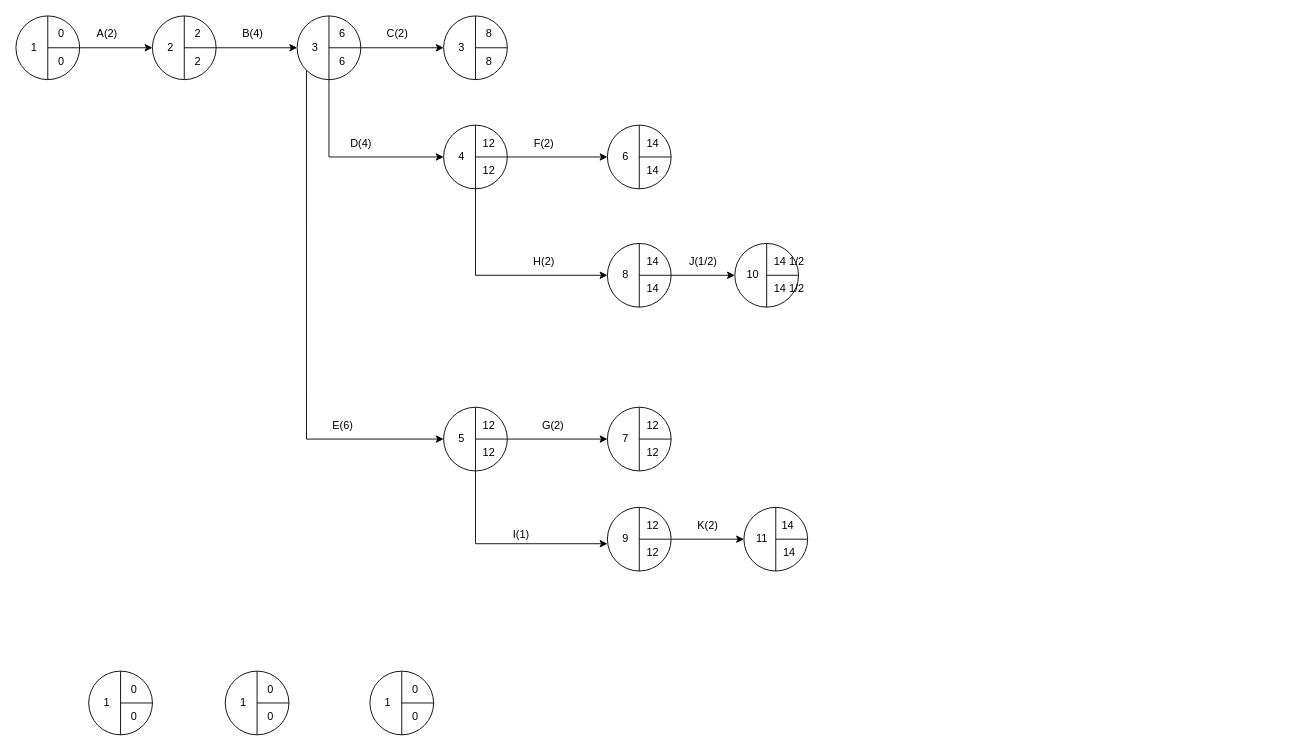
The draw.io diagram IngenieriaSoftware/Practica2/ej8.drawio in Luchit0-afk/Diagramas, before the edit. Source tidied: cells renumbered, new cells numbered last; positions are measured from the earlier drawing's top-left corner, leaving out a move shared by most shapes. Both pictures are drawn from the tidied source at 91%, with x=0, y=0 at pixel (15, 15).
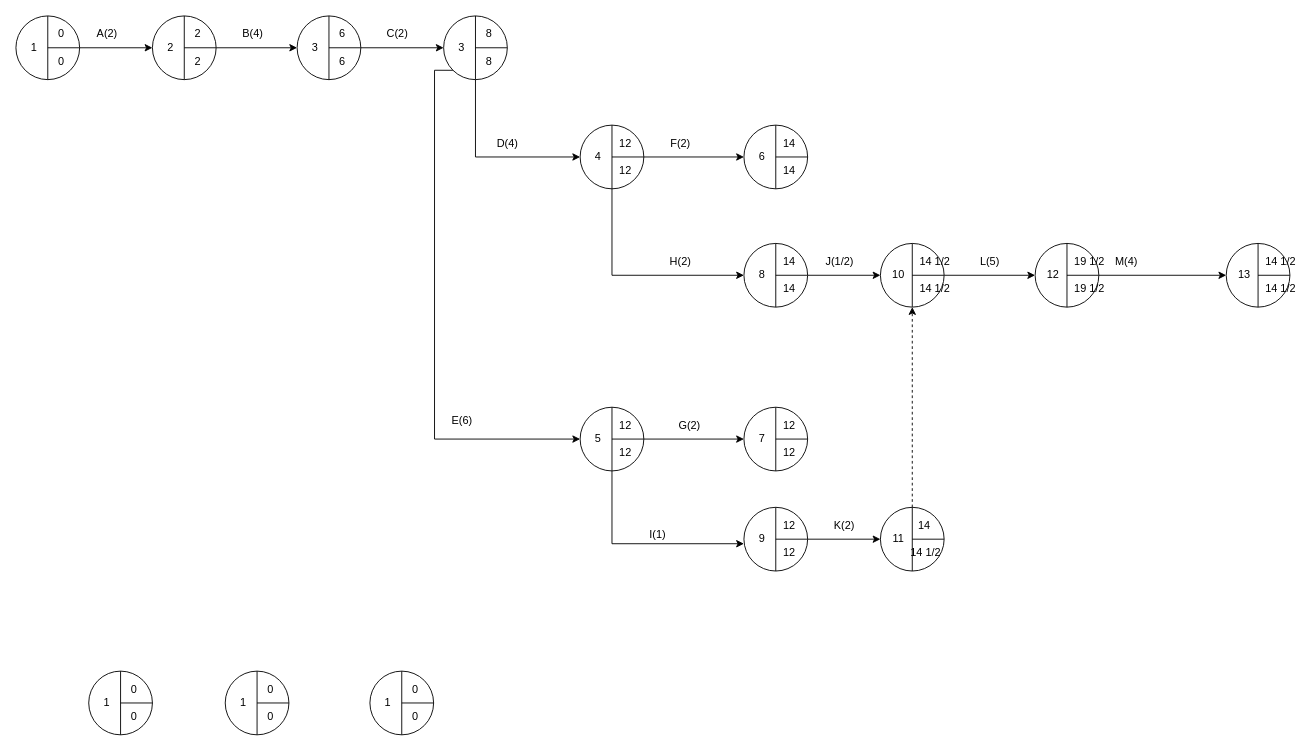
The same diagram, later.

Unchanged cells that the change refers to:
```xml
<mxCell id="19" style="ellipse;whiteSpace=wrap;html=1;" parent="1" vertex="1">
  <mxGeometry x="309" width="70" height="70" as="geometry" />
</mxCell>
<mxCell id="45" style="ellipse;whiteSpace=wrap;html=1;" parent="1" vertex="1">
  <mxGeometry x="470" width="70" height="70" as="geometry" />
</mxCell>
```

What changed in the source:
```diff
@@
-    <mxCell id="17" style="edgeStyle=orthogonalEdgeStyle;rounded=0;jettySize=auto;html=1;exitX=0.5;exitY=1;exitDx=0;exitDy=0;entryX=0;entryY=0.5;entryDx=0;entryDy=0;" parent="1" edge="1" source="19" target="58">
+    <mxCell id="17" style="edgeStyle=orthogonalEdgeStyle;rounded=0;jettySize=auto;html=1;exitX=0.5;exitY=1;exitDx=0;exitDy=0;entryX=0;entryY=0.5;entryDx=0;entryDy=0;" parent="1" edge="1" source="45" target="58">
       <mxGeometry relative="1" as="geometry" />
     </mxCell>
-    <mxCell id="18" style="edgeStyle=orthogonalEdgeStyle;rounded=0;jettySize=auto;html=1;exitX=0;exitY=1;exitDx=0;exitDy=0;entryX=0;entryY=0.5;entryDx=0;entryDy=0;" parent="1" edge="1" source="19" target="61">
+    <mxCell id="18" style="edgeStyle=orthogonalEdgeStyle;rounded=0;jettySize=auto;html=1;exitX=0;exitY=1;exitDx=0;exitDy=0;entryX=0;entryY=0.5;entryDx=0;entryDy=0;" parent="1" edge="1" source="45" target="61">
       <mxGeometry relative="1" as="geometry">
         <Array as="points">
-          <mxPoint x="319" y="465" />
+          <mxPoint x="460" y="60" />
+          <mxPoint x="460" y="465" />
         </Array>
       </mxGeometry>
     </mxCell>
@@
     <mxCell id="53" style="ellipse;whiteSpace=wrap;html=1;" parent="1" vertex="1">
-      <mxGeometry x="470" y="120" width="70" height="70" as="geometry" />
+      <mxGeometry x="620" y="120" width="70" height="70" as="geometry" />
     </mxCell>
@@
     <mxCell id="55" style="endArrow=none;html=1;exitX=1;exitY=0.5;exitDx=0;exitDy=0;" parent="1" edge="1" source="53">
       <mxGeometry relative="1" as="geometry">
-        <mxPoint x="505" y="155" as="targetPoint" />
+        <mxPoint x="655" y="155" as="targetPoint" />
       </mxGeometry>
     </mxCell>
     <mxCell id="56" value="12" style="text;html=1;strokeColor=none;fillColor=none;align=center;verticalAlign=middle;whiteSpace=wrap;rounded=0;" parent="1" vertex="1">
-      <mxGeometry x="500" y="130" width="40" height="20" as="geometry" />
+      <mxGeometry x="650" y="130" width="40" height="20" as="geometry" />
     </mxCell>
     <mxCell id="57" value="12" style="text;html=1;strokeColor=none;fillColor=none;align=center;verticalAlign=middle;whiteSpace=wrap;rounded=0;" parent="1" vertex="1">
-      <mxGeometry x="500" y="160" width="40" height="20" as="geometry" />
+      <mxGeometry x="650" y="160" width="40" height="20" as="geometry" />
     </mxCell>
     <mxCell id="58" value="4" style="text;html=1;strokeColor=none;fillColor=none;align=center;verticalAlign=middle;whiteSpace=wrap;rounded=0;" parent="1" vertex="1">
-      <mxGeometry x="470" y="145" width="40" height="20" as="geometry" />
+      <mxGeometry x="620" y="145" width="40" height="20" as="geometry" />
     </mxCell>
@@
     <mxCell id="61" style="ellipse;whiteSpace=wrap;html=1;" parent="1" vertex="1">
-      <mxGeometry x="470" y="430" width="70" height="70" as="geometry" />
+      <mxGeometry x="620" y="430" width="70" height="70" as="geometry" />
     </mxCell>
@@
     <mxCell id="63" style="endArrow=none;html=1;exitX=1;exitY=0.5;exitDx=0;exitDy=0;" parent="1" edge="1" source="61">
       <mxGeometry relative="1" as="geometry">
-        <mxPoint x="505" y="465" as="targetPoint" />
+        <mxPoint x="655" y="465" as="targetPoint" />
       </mxGeometry>
     </mxCell>
     <mxCell id="64" value="12" style="text;html=1;strokeColor=none;fillColor=none;align=center;verticalAlign=middle;whiteSpace=wrap;rounded=0;" parent="1" vertex="1">
-      <mxGeometry x="500" y="440" width="40" height="20" as="geometry" />
+      <mxGeometry x="650" y="440" width="40" height="20" as="geometry" />
     </mxCell>
     <mxCell id="65" value="12" style="text;html=1;strokeColor=none;fillColor=none;align=center;verticalAlign=middle;whiteSpace=wrap;rounded=0;" parent="1" vertex="1">
-      <mxGeometry x="500" y="470" width="40" height="20" as="geometry" />
+      <mxGeometry x="650" y="470" width="40" height="20" as="geometry" />
     </mxCell>
     <mxCell id="66" value="5" style="text;html=1;strokeColor=none;fillColor=none;align=center;verticalAlign=middle;whiteSpace=wrap;rounded=0;" parent="1" vertex="1">
-      <mxGeometry x="470" y="455" width="40" height="20" as="geometry" />
+      <mxGeometry x="620" y="455" width="40" height="20" as="geometry" />
     </mxCell>
     <mxCell id="67" value="D(4)" style="text;html=1;align=center;verticalAlign=middle;strokeColor=none;fillColor=none;rotation=0;" parent="1" vertex="1">
-      <mxGeometry x="359" y="130" width="40" height="20" as="geometry" />
+      <mxGeometry x="520" y="130" width="40" height="20" as="geometry" />
     </mxCell>
     <mxCell id="68" value="E(6)" style="text;html=1;align=center;verticalAlign=middle;strokeColor=none;fillColor=none;" parent="1" vertex="1">
-      <mxGeometry x="339" y="440" width="40" height="20" as="geometry" />
+      <mxGeometry x="470" y="435" width="40" height="20" as="geometry" />
     </mxCell>
     <mxCell id="69" style="ellipse;whiteSpace=wrap;html=1;" parent="1" vertex="1">
-      <mxGeometry x="650" y="120" width="70" height="70" as="geometry" />
+      <mxGeometry x="800" y="120" width="70" height="70" as="geometry" />
     </mxCell>
@@
     <mxCell id="71" style="endArrow=none;html=1;exitX=1;exitY=0.5;exitDx=0;exitDy=0;" parent="1" edge="1" source="69">
       <mxGeometry relative="1" as="geometry">
-        <mxPoint x="685" y="155" as="targetPoint" />
+        <mxPoint x="835" y="155" as="targetPoint" />
       </mxGeometry>
     </mxCell>
     <mxCell id="72" value="14" style="text;html=1;strokeColor=none;fillColor=none;align=center;verticalAlign=middle;whiteSpace=wrap;rounded=0;" parent="1" vertex="1">
-      <mxGeometry x="680" y="130" width="40" height="20" as="geometry" />
+      <mxGeometry x="830" y="130" width="40" height="20" as="geometry" />
     </mxCell>
     <mxCell id="73" value="14" style="text;html=1;strokeColor=none;fillColor=none;align=center;verticalAlign=middle;whiteSpace=wrap;rounded=0;" parent="1" vertex="1">
-      <mxGeometry x="680" y="160" width="40" height="20" as="geometry" />
+      <mxGeometry x="830" y="160" width="40" height="20" as="geometry" />
     </mxCell>
     <mxCell id="74" value="6" style="text;html=1;strokeColor=none;fillColor=none;align=center;verticalAlign=middle;whiteSpace=wrap;rounded=0;" parent="1" vertex="1">
-      <mxGeometry x="650" y="145" width="40" height="20" as="geometry" />
+      <mxGeometry x="800" y="145" width="40" height="20" as="geometry" />
     </mxCell>
     <mxCell id="75" style="ellipse;whiteSpace=wrap;html=1;" parent="1" vertex="1">
-      <mxGeometry x="650" y="430" width="70" height="70" as="geometry" />
+      <mxGeometry x="800" y="430" width="70" height="70" as="geometry" />
     </mxCell>
@@
     <mxCell id="77" style="endArrow=none;html=1;exitX=1;exitY=0.5;exitDx=0;exitDy=0;" parent="1" edge="1" source="75">
       <mxGeometry relative="1" as="geometry">
-        <mxPoint x="685" y="465" as="targetPoint" />
+        <mxPoint x="835" y="465" as="targetPoint" />
       </mxGeometry>
     </mxCell>
     <mxCell id="78" value="12" style="text;html=1;strokeColor=none;fillColor=none;align=center;verticalAlign=middle;whiteSpace=wrap;rounded=0;" parent="1" vertex="1">
-      <mxGeometry x="680" y="440" width="40" height="20" as="geometry" />
+      <mxGeometry x="830" y="440" width="40" height="20" as="geometry" />
     </mxCell>
     <mxCell id="79" value="12" style="text;html=1;strokeColor=none;fillColor=none;align=center;verticalAlign=middle;whiteSpace=wrap;rounded=0;" parent="1" vertex="1">
-      <mxGeometry x="680" y="470" width="40" height="20" as="geometry" />
+      <mxGeometry x="830" y="470" width="40" height="20" as="geometry" />
     </mxCell>
     <mxCell id="80" value="7" style="text;html=1;strokeColor=none;fillColor=none;align=center;verticalAlign=middle;whiteSpace=wrap;rounded=0;" parent="1" vertex="1">
-      <mxGeometry x="650" y="455" width="40" height="20" as="geometry" />
+      <mxGeometry x="800" y="455" width="40" height="20" as="geometry" />
     </mxCell>
     <mxCell id="81" value="F(2)" style="text;html=1;align=center;verticalAlign=middle;strokeColor=none;fillColor=none;" parent="1" vertex="1">
-      <mxGeometry x="560" y="130" width="40" height="20" as="geometry" />
+      <mxGeometry x="710" y="130" width="40" height="20" as="geometry" />
     </mxCell>
     <mxCell id="82" value="G(2)" style="text;html=1;align=center;verticalAlign=middle;strokeColor=none;fillColor=none;" parent="1" vertex="1">
-      <mxGeometry x="570" y="440" width="40" height="20" as="geometry" />
+      <mxGeometry x="720" y="440" width="40" height="20" as="geometry" />
     </mxCell>
@@
     <mxCell id="85" style="ellipse;whiteSpace=wrap;html=1;" parent="1" vertex="1">
-      <mxGeometry x="650" y="250" width="70" height="70" as="geometry" />
+      <mxGeometry x="800" y="250" width="70" height="70" as="geometry" />
     </mxCell>
@@
     <mxCell id="87" style="endArrow=none;html=1;exitX=1;exitY=0.5;exitDx=0;exitDy=0;" parent="1" edge="1" source="85">
       <mxGeometry relative="1" as="geometry">
-        <mxPoint x="685" y="285" as="targetPoint" />
+        <mxPoint x="835" y="285" as="targetPoint" />
       </mxGeometry>
     </mxCell>
     <mxCell id="88" value="14" style="text;html=1;strokeColor=none;fillColor=none;align=center;verticalAlign=middle;whiteSpace=wrap;rounded=0;" parent="1" vertex="1">
-      <mxGeometry x="680" y="260" width="40" height="20" as="geometry" />
+      <mxGeometry x="830" y="260" width="40" height="20" as="geometry" />
     </mxCell>
     <mxCell id="89" value="14" style="text;html=1;strokeColor=none;fillColor=none;align=center;verticalAlign=middle;whiteSpace=wrap;rounded=0;" parent="1" vertex="1">
-      <mxGeometry x="680" y="290" width="40" height="20" as="geometry" />
+      <mxGeometry x="830" y="290" width="40" height="20" as="geometry" />
     </mxCell>
     <mxCell id="90" value="8" style="text;html=1;strokeColor=none;fillColor=none;align=center;verticalAlign=middle;whiteSpace=wrap;rounded=0;" parent="1" vertex="1">
-      <mxGeometry x="650" y="275" width="40" height="20" as="geometry" />
+      <mxGeometry x="800" y="275" width="40" height="20" as="geometry" />
     </mxCell>
     <mxCell id="91" value="H(2)" style="text;html=1;align=center;verticalAlign=middle;strokeColor=none;fillColor=none;" parent="1" vertex="1">
-      <mxGeometry x="560" y="260" width="40" height="20" as="geometry" />
+      <mxGeometry x="710" y="260" width="40" height="20" as="geometry" />
     </mxCell>
@@
     <mxCell id="93" style="ellipse;whiteSpace=wrap;html=1;" parent="1" vertex="1">
-      <mxGeometry x="650" y="540" width="70" height="70" as="geometry" />
+      <mxGeometry x="800" y="540" width="70" height="70" as="geometry" />
     </mxCell>
@@
     <mxCell id="95" style="endArrow=none;html=1;exitX=1;exitY=0.5;exitDx=0;exitDy=0;" parent="1" edge="1" source="93">
       <mxGeometry relative="1" as="geometry">
-        <mxPoint x="685" y="575" as="targetPoint" />
+        <mxPoint x="835" y="575" as="targetPoint" />
       </mxGeometry>
     </mxCell>
     <mxCell id="96" value="12" style="text;html=1;strokeColor=none;fillColor=none;align=center;verticalAlign=middle;whiteSpace=wrap;rounded=0;" parent="1" vertex="1">
-      <mxGeometry x="680" y="550" width="40" height="20" as="geometry" />
+      <mxGeometry x="830" y="550" width="40" height="20" as="geometry" />
     </mxCell>
     <mxCell id="97" value="12" style="text;html=1;strokeColor=none;fillColor=none;align=center;verticalAlign=middle;whiteSpace=wrap;rounded=0;" parent="1" vertex="1">
-      <mxGeometry x="680" y="580" width="40" height="20" as="geometry" />
+      <mxGeometry x="830" y="580" width="40" height="20" as="geometry" />
     </mxCell>
     <mxCell id="98" value="9" style="text;html=1;strokeColor=none;fillColor=none;align=center;verticalAlign=middle;whiteSpace=wrap;rounded=0;" parent="1" vertex="1">
-      <mxGeometry x="650" y="565" width="40" height="20" as="geometry" />
+      <mxGeometry x="800" y="565" width="40" height="20" as="geometry" />
     </mxCell>
     <mxCell id="99" value="I(1)" style="text;html=1;align=center;verticalAlign=middle;strokeColor=none;fillColor=none;" parent="1" vertex="1">
-      <mxGeometry x="540" y="560" width="30" height="20" as="geometry" />
+      <mxGeometry x="690" y="560" width="30" height="20" as="geometry" />
     </mxCell>
+    <mxCell id="114" style="edgeStyle=orthogonalEdgeStyle;rounded=0;jettySize=auto;html=1;exitX=1;exitY=0.5;exitDx=0;exitDy=0;entryX=0;entryY=0.5;entryDx=0;entryDy=0;" parent="1" edge="1" source="100" target="122">
+      <mxGeometry relative="1" as="geometry" />
+    </mxCell>
     <mxCell id="100" style="ellipse;whiteSpace=wrap;html=1;" parent="1" vertex="1">
-      <mxGeometry x="790" y="250" width="70" height="70" as="geometry" />
+      <mxGeometry x="950" y="250" width="70" height="70" as="geometry" />
     </mxCell>
@@
     <mxCell id="102" style="endArrow=none;html=1;exitX=1;exitY=0.5;exitDx=0;exitDy=0;" parent="1" edge="1" source="100">
       <mxGeometry relative="1" as="geometry">
-        <mxPoint x="825" y="285" as="targetPoint" />
+        <mxPoint x="985" y="285" as="targetPoint" />
       </mxGeometry>
     </mxCell>
     <mxCell id="103" value="14 1/2" style="text;html=1;strokeColor=none;fillColor=none;align=center;verticalAlign=middle;whiteSpace=wrap;rounded=0;" parent="1" vertex="1">
-      <mxGeometry x="830" y="260" width="40" height="20" as="geometry" />
+      <mxGeometry x="990" y="260" width="40" height="20" as="geometry" />
     </mxCell>
     <mxCell id="104" value="14 1/2" style="text;html=1;strokeColor=none;fillColor=none;align=center;verticalAlign=middle;whiteSpace=wrap;rounded=0;" parent="1" vertex="1">
-      <mxGeometry x="830" y="290" width="40" height="20" as="geometry" />
+      <mxGeometry x="990" y="290" width="40" height="20" as="geometry" />
     </mxCell>
     <mxCell id="105" value="10" style="text;html=1;strokeColor=none;fillColor=none;align=center;verticalAlign=middle;whiteSpace=wrap;rounded=0;" parent="1" vertex="1">
-      <mxGeometry x="790" y="275" width="40" height="20" as="geometry" />
+      <mxGeometry x="950" y="275" width="40" height="20" as="geometry" />
     </mxCell>
     <mxCell id="106" value="J(1/2)" style="text;html=1;align=center;verticalAlign=middle;strokeColor=none;fillColor=none;" parent="1" vertex="1">
-      <mxGeometry x="730" y="260" width="50" height="20" as="geometry" />
+      <mxGeometry x="880" y="260" width="50" height="20" as="geometry" />
     </mxCell>
     <mxCell id="107" style="ellipse;whiteSpace=wrap;html=1;" parent="1" vertex="1">
-      <mxGeometry x="800" y="540" width="70" height="70" as="geometry" />
+      <mxGeometry x="950" y="540" width="70" height="70" as="geometry" />
     </mxCell>
@@
     <mxCell id="109" style="endArrow=none;html=1;exitX=1;exitY=0.5;exitDx=0;exitDy=0;" parent="1" edge="1" source="107">
       <mxGeometry relative="1" as="geometry">
-        <mxPoint x="835" y="575" as="targetPoint" />
+        <mxPoint x="985" y="575" as="targetPoint" />
       </mxGeometry>
     </mxCell>
     <mxCell id="110" value="14&amp;nbsp;" style="text;html=1;strokeColor=none;fillColor=none;align=center;verticalAlign=middle;whiteSpace=wrap;rounded=0;" parent="1" vertex="1">
-      <mxGeometry x="830" y="550" width="40" height="20" as="geometry" />
+      <mxGeometry x="980" y="550" width="40" height="20" as="geometry" />
     </mxCell>
-    <mxCell id="111" value="14" style="text;html=1;strokeColor=none;fillColor=none;align=center;verticalAlign=middle;whiteSpace=wrap;rounded=0;" parent="1" vertex="1">
-      <mxGeometry x="830" y="580" width="40" height="20" as="geometry" />
+    <mxCell id="111" value="14 1/2" style="text;html=1;strokeColor=none;fillColor=none;align=center;verticalAlign=middle;whiteSpace=wrap;rounded=0;" parent="1" vertex="1">
+      <mxGeometry x="980" y="580" width="40" height="20" as="geometry" />
     </mxCell>
     <mxCell id="112" value="11" style="text;html=1;strokeColor=none;fillColor=none;align=center;verticalAlign=middle;whiteSpace=wrap;rounded=0;" parent="1" vertex="1">
-      <mxGeometry x="800" y="565" width="40" height="20" as="geometry" />
+      <mxGeometry x="950" y="565" width="40" height="20" as="geometry" />
     </mxCell>
     <mxCell id="113" value="K(2)" style="text;html=1;align=center;verticalAlign=middle;strokeColor=none;fillColor=none;" parent="1" vertex="1">
-      <mxGeometry x="740" y="550" width="40" height="20" as="geometry" />
+      <mxGeometry x="890" y="550" width="40" height="20" as="geometry" />
     </mxCell>
+    <mxCell id="115" style="html=1;labelBackgroundColor=#ffffff;startArrow=none;startFill=0;startSize=6;endArrow=classic;endFill=1;endSize=6;jettySize=auto;strokeWidth=1;dashed=1;fontSize=14;entryX=0.5;entryY=1;entryDx=0;entryDy=0;exitX=0.5;exitY=0;exitDx=0;exitDy=0;" parent="1" edge="1" source="107" target="100">
+      <mxGeometry relative="1" as="geometry" />
+    </mxCell>
+    <mxCell id="116" style="edgeStyle=orthogonalEdgeStyle;rounded=0;jettySize=auto;html=1;exitX=1;exitY=0.5;exitDx=0;exitDy=0;" parent="1" edge="1" source="117" target="129">
+      <mxGeometry relative="1" as="geometry" />
+    </mxCell>
+    <mxCell id="117" style="ellipse;whiteSpace=wrap;html=1;" parent="1" vertex="1">
+      <mxGeometry x="1120" y="250" width="70" height="70" as="geometry" />
+    </mxCell>
+    <mxCell id="118" style="endArrow=none;html=1;entryX=0.5;entryY=0;entryDx=0;entryDy=0;exitX=0.5;exitY=1;exitDx=0;exitDy=0;" parent="1" edge="1" source="117" target="117">
+      <mxGeometry relative="1" as="geometry" />
+    </mxCell>
+    <mxCell id="119" style="endArrow=none;html=1;exitX=1;exitY=0.5;exitDx=0;exitDy=0;" parent="1" edge="1" source="117">
+      <mxGeometry relative="1" as="geometry">
+        <mxPoint x="1155" y="285" as="targetPoint" />
+      </mxGeometry>
+    </mxCell>
+    <mxCell id="120" value="19 1/2" style="text;html=1;strokeColor=none;fillColor=none;align=center;verticalAlign=middle;whiteSpace=wrap;rounded=0;" parent="1" vertex="1">
+      <mxGeometry x="1160" y="260" width="40" height="20" as="geometry" />
+    </mxCell>
+    <mxCell id="121" value="19 1/2" style="text;html=1;strokeColor=none;fillColor=none;align=center;verticalAlign=middle;whiteSpace=wrap;rounded=0;" parent="1" vertex="1">
+      <mxGeometry x="1160" y="290" width="40" height="20" as="geometry" />
+    </mxCell>
+    <mxCell id="122" value="12" style="text;html=1;strokeColor=none;fillColor=none;align=center;verticalAlign=middle;whiteSpace=wrap;rounded=0;" parent="1" vertex="1">
+      <mxGeometry x="1120" y="275" width="40" height="20" as="geometry" />
+    </mxCell>
+    <mxCell id="123" value="L(5)" style="text;html=1;align=center;verticalAlign=middle;strokeColor=none;fillColor=none;" parent="1" vertex="1">
+      <mxGeometry x="1050" y="260" width="40" height="20" as="geometry" />
+    </mxCell>
+    <mxCell id="124" style="ellipse;whiteSpace=wrap;html=1;" parent="1" vertex="1">
+      <mxGeometry x="1330" y="250" width="70" height="70" as="geometry" />
+    </mxCell>
+    <mxCell id="125" style="endArrow=none;html=1;entryX=0.5;entryY=0;entryDx=0;entryDy=0;exitX=0.5;exitY=1;exitDx=0;exitDy=0;" parent="1" edge="1" source="124" target="124">
+      <mxGeometry relative="1" as="geometry" />
+    </mxCell>
+    <mxCell id="126" style="endArrow=none;html=1;exitX=1;exitY=0.5;exitDx=0;exitDy=0;" parent="1" edge="1" source="124">
+      <mxGeometry relative="1" as="geometry">
+        <mxPoint x="1365" y="285" as="targetPoint" />
+      </mxGeometry>
+    </mxCell>
+    <mxCell id="127" value="14 1/2" style="text;html=1;strokeColor=none;fillColor=none;align=center;verticalAlign=middle;whiteSpace=wrap;rounded=0;" parent="1" vertex="1">
+      <mxGeometry x="1370" y="260" width="40" height="20" as="geometry" />
+    </mxCell>
+    <mxCell id="128" value="14 1/2" style="text;html=1;strokeColor=none;fillColor=none;align=center;verticalAlign=middle;whiteSpace=wrap;rounded=0;" parent="1" vertex="1">
+      <mxGeometry x="1370" y="290" width="40" height="20" as="geometry" />
+    </mxCell>
+    <mxCell id="129" value="13" style="text;html=1;strokeColor=none;fillColor=none;align=center;verticalAlign=middle;whiteSpace=wrap;rounded=0;" parent="1" vertex="1">
+      <mxGeometry x="1330" y="275" width="40" height="20" as="geometry" />
+    </mxCell>
+    <mxCell id="130" value="M(4)" style="text;html=1;align=center;verticalAlign=middle;strokeColor=none;fillColor=none;" parent="1" vertex="1">
+      <mxGeometry x="1200" y="260" width="40" height="20" as="geometry" />
+    </mxCell>
```
